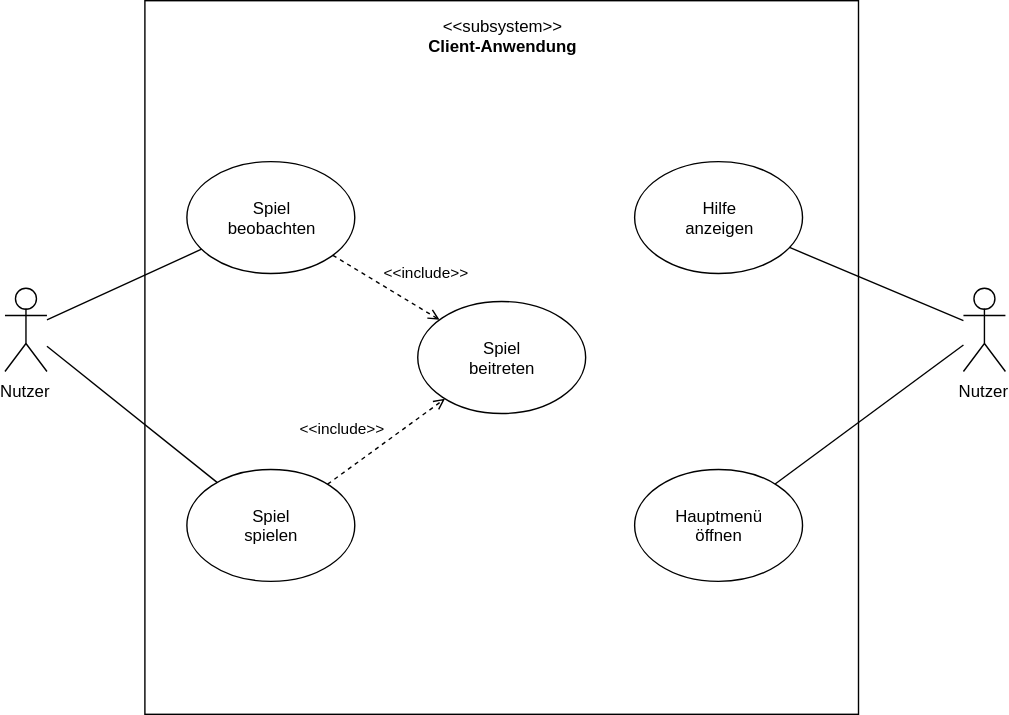
Above: Meilenstein02/images/AFD_Client.svg in SoPra-Team-10/SopraGruppe10 (draw.io), before the change. Source tidied: cells renumbered, new cells last; positions are measured from the earlier drawing's top-left corner, leaving out a move shared by most shapes. Its diagram source:
```xml
<mxGraphModel>
  <root>
    <mxCell id="0" />
    <mxCell id="1" parent="0" />
    <mxCell id="2" value="Nutzer" style="shape=umlActor;verticalLabelPosition=bottom;labelBackgroundColor=#ffffff;verticalAlign=top;html=1;outlineConnect=0;" parent="1" vertex="1">
      <mxGeometry x="685" y="205" width="30" height="60" as="geometry" />
    </mxCell>
    <mxCell id="3" style="whiteSpace=wrap;html=1;fillColor=none;" parent="1" vertex="1">
      <mxGeometry x="100" width="510" height="510" as="geometry" />
    </mxCell>
    <mxCell id="4" value="&lt;div&gt;Hauptmenü&lt;/div&gt;&lt;div&gt;öffnen&lt;br&gt;&lt;/div&gt;" style="ellipse;whiteSpace=wrap;html=1;fillColor=none;" parent="1" vertex="1">
      <mxGeometry x="450" y="335" width="120" height="80" as="geometry" />
    </mxCell>
    <mxCell id="5" value="&lt;div&gt;Hilfe&lt;/div&gt;&lt;div&gt;anzeigen&lt;br&gt;&lt;/div&gt;" style="ellipse;whiteSpace=wrap;html=1;fillColor=none;" parent="1" vertex="1">
      <mxGeometry x="450" y="115" width="120" height="80" as="geometry" />
    </mxCell>
    <mxCell id="6" value="&lt;div&gt;Spiel&lt;/div&gt;&lt;div&gt;beitreten&lt;br&gt;&lt;/div&gt;" style="ellipse;whiteSpace=wrap;html=1;fillColor=none;" parent="1" vertex="1">
      <mxGeometry x="295" y="215" width="120" height="80" as="geometry" />
    </mxCell>
    <mxCell id="7" value="&lt;div&gt;Spiel&lt;/div&gt;&lt;div&gt;spielen&lt;br&gt;&lt;/div&gt;" style="ellipse;whiteSpace=wrap;html=1;fillColor=none;" parent="1" vertex="1">
      <mxGeometry x="130" y="335" width="120" height="80" as="geometry" />
    </mxCell>
    <mxCell id="8" value="&lt;div&gt;Spiel&lt;/div&gt;&lt;div&gt;beobachten&lt;br&gt;&lt;/div&gt;" style="ellipse;whiteSpace=wrap;html=1;fillColor=none;" parent="1" vertex="1">
      <mxGeometry x="130" y="115" width="120" height="80" as="geometry" />
    </mxCell>
    <mxCell id="9" value="&lt;div&gt;&amp;lt;&amp;lt;subsystem&amp;gt;&amp;gt;&lt;br&gt;&lt;/div&gt;&lt;div&gt;&lt;b&gt;Client-Anwendung&lt;/b&gt;&lt;/div&gt;" style="text;html=1;strokeColor=none;fillColor=none;align=center;verticalAlign=middle;whiteSpace=wrap;rounded=0;" parent="1" vertex="1">
      <mxGeometry x="295" y="15" width="120" height="20" as="geometry" />
    </mxCell>
    <mxCell id="10" style="endArrow=none;html=1;" parent="1" edge="1" source="4" target="2">
      <mxGeometry relative="1" as="geometry" />
    </mxCell>
    <mxCell id="11" style="endArrow=none;html=1;" parent="1" edge="1" source="2" target="5">
      <mxGeometry relative="1" as="geometry" />
    </mxCell>
    <mxCell id="12" value="Nutzer" style="shape=umlActor;verticalLabelPosition=bottom;labelBackgroundColor=#ffffff;verticalAlign=top;html=1;outlineConnect=0;" parent="1" vertex="1">
      <mxGeometry y="205" width="30" height="60" as="geometry" />
    </mxCell>
    <mxCell id="13" style="endArrow=none;html=1;" parent="1" edge="1" source="8" target="12">
      <mxGeometry relative="1" as="geometry" />
    </mxCell>
    <mxCell id="14" style="endArrow=none;html=1;" parent="1" edge="1" source="7" target="12">
      <mxGeometry relative="1" as="geometry" />
    </mxCell>
    <mxCell id="15" value="&amp;lt;&amp;lt;include&amp;gt;&amp;gt;" style="endArrow=open;dashed=1;html=1;endFill=0;" parent="1" edge="1" source="7" target="6">
      <mxGeometry x="-0.39" y="27" relative="1" as="geometry" />
    </mxCell>
    <mxCell id="16" value="&amp;lt;&amp;lt;include&amp;gt;&amp;gt;" style="endArrow=open;dashed=1;html=1;endFill=0;" parent="1" edge="1" source="8" target="6">
      <mxGeometry x="0.41" y="23" relative="1" as="geometry" />
    </mxCell>
  </root>
</mxGraphModel>
```
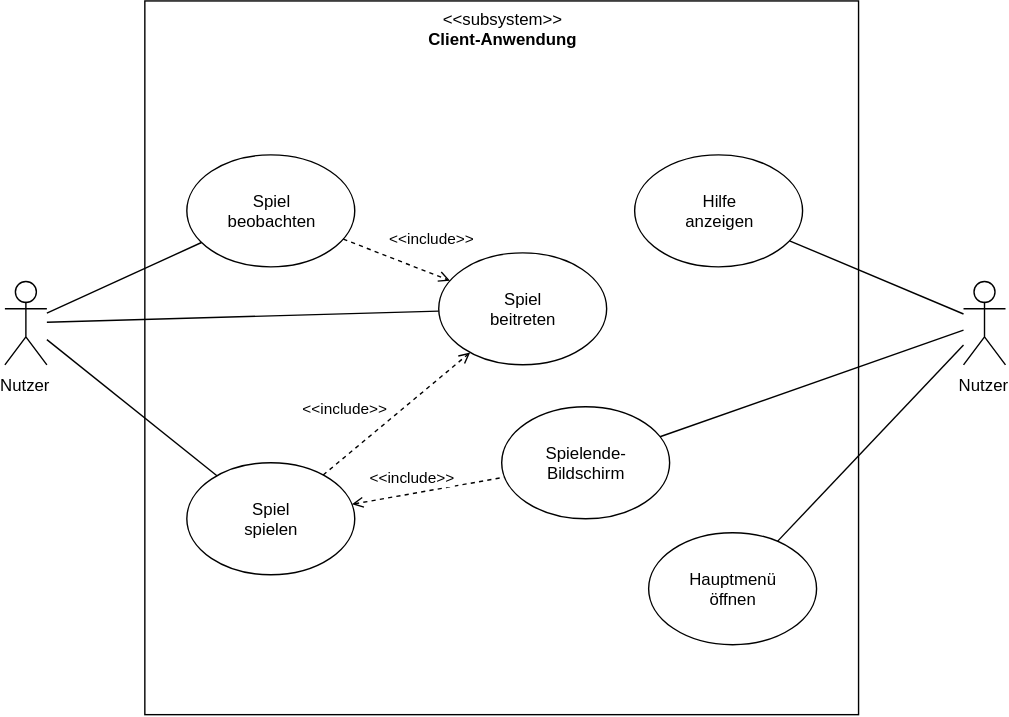
The same file after the commit.

Commit message:
Client Diagramm angepasst

What changed in the source:
```diff
@@ -6,16 +6,16 @@
       <mxGeometry x="685" y="205" width="30" height="60" as="geometry" />
     </mxCell>
     <mxCell id="3" style="whiteSpace=wrap;html=1;fillColor=none;" parent="1" vertex="1">
-      <mxGeometry x="100" width="510" height="510" as="geometry" />
+      <mxGeometry x="100" y="5" width="510" height="510" as="geometry" />
     </mxCell>
     <mxCell id="4" value="&lt;div&gt;Hauptmenü&lt;/div&gt;&lt;div&gt;öffnen&lt;br&gt;&lt;/div&gt;" style="ellipse;whiteSpace=wrap;html=1;fillColor=none;" parent="1" vertex="1">
-      <mxGeometry x="450" y="335" width="120" height="80" as="geometry" />
+      <mxGeometry x="460" y="385" width="120" height="80" as="geometry" />
     </mxCell>
     <mxCell id="5" value="&lt;div&gt;Hilfe&lt;/div&gt;&lt;div&gt;anzeigen&lt;br&gt;&lt;/div&gt;" style="ellipse;whiteSpace=wrap;html=1;fillColor=none;" parent="1" vertex="1">
       <mxGeometry x="450" y="115" width="120" height="80" as="geometry" />
     </mxCell>
     <mxCell id="6" value="&lt;div&gt;Spiel&lt;/div&gt;&lt;div&gt;beitreten&lt;br&gt;&lt;/div&gt;" style="ellipse;whiteSpace=wrap;html=1;fillColor=none;" parent="1" vertex="1">
-      <mxGeometry x="295" y="215" width="120" height="80" as="geometry" />
+      <mxGeometry x="310" y="185" width="120" height="80" as="geometry" />
     </mxCell>
     <mxCell id="7" value="&lt;div&gt;Spiel&lt;/div&gt;&lt;div&gt;spielen&lt;br&gt;&lt;/div&gt;" style="ellipse;whiteSpace=wrap;html=1;fillColor=none;" parent="1" vertex="1">
       <mxGeometry x="130" y="335" width="120" height="80" as="geometry" />
@@ -47,5 +47,17 @@
     <mxCell id="16" value="&amp;lt;&amp;lt;include&amp;gt;&amp;gt;" style="endArrow=open;dashed=1;html=1;endFill=0;" parent="1" edge="1" source="8" target="6">
       <mxGeometry x="0.41" y="23" relative="1" as="geometry" />
     </mxCell>
+    <mxCell id="17" value="&lt;div&gt;Spielende-&lt;/div&gt;&lt;div&gt;Bildschirm&lt;br&gt;&lt;/div&gt;" style="ellipse;whiteSpace=wrap;html=1;" parent="1" vertex="1">
+      <mxGeometry x="355" y="295" width="120" height="80" as="geometry" />
+    </mxCell>
+    <mxCell id="18" style="endArrow=none;html=1;" parent="1" edge="1" source="12" target="6">
+      <mxGeometry relative="1" as="geometry" />
+    </mxCell>
+    <mxCell id="19" value="&amp;lt;&amp;lt;include&amp;gt;&amp;gt;" style="endArrow=none;dashed=1;html=1;startArrow=open;startFill=0;" parent="1" edge="1" source="7" target="17">
+      <mxGeometry x="-0.19" y="12" relative="1" as="geometry" />
+    </mxCell>
+    <mxCell id="20" style="endArrow=none;html=1;" parent="1" edge="1" source="17" target="2">
+      <mxGeometry relative="1" as="geometry" />
+    </mxCell>
   </root>
 </mxGraphModel>
```
